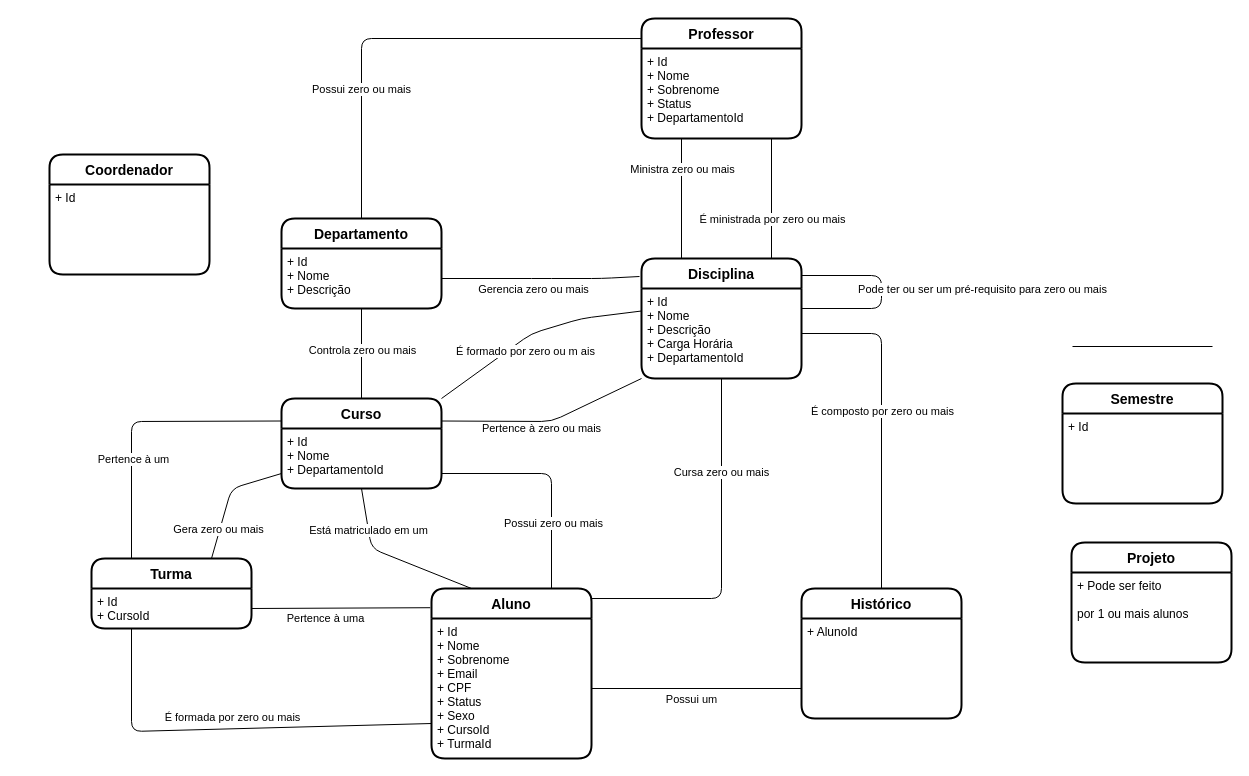
This is Docs/Database/Diagramas.drawio from lucasteles/Bergle, a draw.io file, before an edit. Source tidied: cells renumbered, new cells numbered last; positions are measured from the earlier drawing's top-left corner, leaving out a move shared by most shapes. Both pictures are drawn from the tidied source at 100%, with x=0, y=0 at pixel (49, 18).
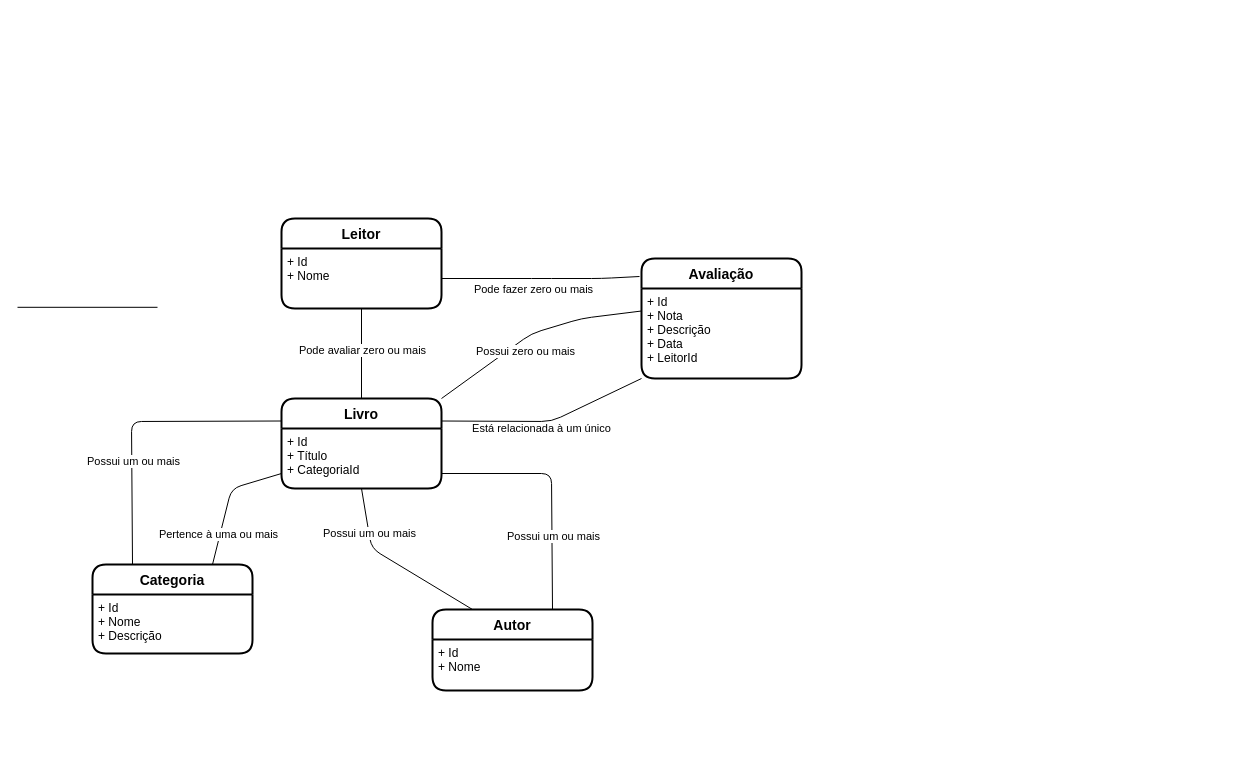
The same diagram, later.

Unchanged cells that the change refers to:
```xml
<mxCell id="22" style="endArrow=none;html=1;rounded=1;flowAnimation=1;exitX=1;exitY=0.5;exitDx=0;exitDy=0;orthogonal=0;" parent="1" edge="1" source="5">
  <mxGeometry relative="1" as="geometry">
    <mxPoint x="590" y="258" as="targetPoint" />
    <Array as="points">
      <mxPoint x="492" y="260" />
      <mxPoint x="552" y="260" />
    </Array>
  </mxGeometry>
</mxCell>
<mxCell id="26" style="endArrow=none;html=1;rounded=1;flowAnimation=1;exitX=0;exitY=1;exitDx=0;exitDy=0;entryX=1;entryY=0.25;entryDx=0;entryDy=0;" parent="1" edge="1" source="7" target="8">
  <mxGeometry relative="1" as="geometry">
    <Array as="points">
      <mxPoint x="502" y="403" />
    </Array>
  </mxGeometry>
</mxCell>
<mxCell id="28" style="endArrow=none;html=1;rounded=0;flowAnimation=1;entryX=0.5;entryY=0;entryDx=0;entryDy=0;exitX=0.5;exitY=1;exitDx=0;exitDy=0;" parent="1" edge="1" source="5" target="8">
  <mxGeometry relative="1" as="geometry" />
</mxCell>
<mxCell id="32" style="endArrow=none;html=1;rounded=1;flowAnimation=1;exitX=1;exitY=0;exitDx=0;exitDy=0;orthogonal=0;entryX=0;entryY=0.25;entryDx=0;entryDy=0;" parent="1" edge="1" source="8" target="7">
  <mxGeometry relative="1" as="geometry">
    <Array as="points">
      <mxPoint x="482" y="315" />
      <mxPoint x="532" y="300" />
    </Array>
  </mxGeometry>
</mxCell>
<mxCell id="38" style="endArrow=none;html=1;rounded=1;flowAnimation=1;exitX=0;exitY=0.75;exitDx=0;exitDy=0;entryX=0.75;entryY=0;entryDx=0;entryDy=0;" parent="1" edge="1" source="9" target="12">
  <mxGeometry relative="1" as="geometry">
    <Array as="points">
      <mxPoint x="182" y="470" />
    </Array>
  </mxGeometry>
</mxCell>
<mxCell id="40" style="endArrow=none;html=1;rounded=1;flowAnimation=1;entryX=0;entryY=0.25;entryDx=0;entryDy=0;exitX=0.25;exitY=0;exitDx=0;exitDy=0;" parent="1" edge="1" source="12" target="8">
  <mxGeometry relative="1" as="geometry">
    <Array as="points">
      <mxPoint x="82" y="403" />
    </Array>
  </mxGeometry>
</mxCell>
<mxCell id="42" style="endArrow=none;html=1;rounded=1;flowAnimation=1;entryX=0.5;entryY=1;entryDx=0;entryDy=0;exitX=0.25;exitY=0;exitDx=0;exitDy=0;" parent="1" edge="1" source="10" target="9">
  <mxGeometry relative="1" as="geometry">
    <Array as="points">
      <mxPoint x="322" y="530" />
    </Array>
  </mxGeometry>
</mxCell>
<mxCell id="44" style="endArrow=none;html=1;rounded=1;flowAnimation=1;exitX=1;exitY=0.75;exitDx=0;exitDy=0;entryX=0.75;entryY=0;entryDx=0;entryDy=0;" parent="1" edge="1" source="9" target="10">
  <mxGeometry relative="1" as="geometry">
    <Array as="points">
      <mxPoint x="502" y="455" />
    </Array>
  </mxGeometry>
</mxCell>
```

What changed in the source:
```diff
@@
-    <mxCell id="2" value="Professor" style="swimlane;horizontal=1;startSize=30;rounded=1;fontSize=14;fontStyle=1;strokeWidth=2;shadow=0;dashed=0;align=center;" parent="1" vertex="1">
-      <mxGeometry x="592" width="160" height="120" as="geometry" />
-    </mxCell>
-    <mxCell id="3" value="+ Id&#10;+ Nome&#10;+ Sobrenome&#10;+ Status&#10;+ DepartamentoId" style="align=left;strokeColor=none;fillColor=none;spacingLeft=4;fontSize=12;verticalAlign=top;" parent="2" vertex="1">
-      <mxGeometry y="30" width="160" height="90" as="geometry" />
-    </mxCell>
-    <mxCell id="4" value="Departamento" style="swimlane;horizontal=1;startSize=30;rounded=1;fontSize=14;fontStyle=1;strokeWidth=2;shadow=0;dashed=0;align=center;" parent="1" vertex="1">
+    <mxCell id="4" value="Leitor" style="swimlane;horizontal=1;startSize=30;rounded=1;fontSize=14;fontStyle=1;strokeWidth=2;shadow=0;dashed=0;align=center;" parent="1" vertex="1">
       <mxGeometry x="232" y="200" width="160" height="90" as="geometry" />
     </mxCell>
-    <mxCell id="5" value="+ Id&#10;+ Nome&#10;+ Descrição" style="align=left;strokeColor=none;fillColor=none;spacingLeft=4;fontSize=12;verticalAlign=top;" parent="4" vertex="1">
+    <mxCell id="5" value="+ Id&#10;+ Nome" style="align=left;strokeColor=none;fillColor=none;spacingLeft=4;fontSize=12;verticalAlign=top;" parent="4" vertex="1">
       <mxGeometry y="30" width="160" height="60" as="geometry" />
     </mxCell>
-    <mxCell id="6" value="Disciplina" style="swimlane;horizontal=1;startSize=30;rounded=1;fontSize=14;fontStyle=1;strokeWidth=2;shadow=0;dashed=0;align=center;" parent="1" vertex="1">
+    <mxCell id="6" value="Avaliação" style="swimlane;horizontal=1;startSize=30;rounded=1;fontSize=14;fontStyle=1;strokeWidth=2;shadow=0;dashed=0;align=center;" parent="1" vertex="1">
       <mxGeometry x="592" y="240" width="160" height="120" as="geometry" />
     </mxCell>
-    <mxCell id="7" value="+ Id&#10;+ Nome&#10;+ Descrição&#10;+ Carga Horária&#10;+ DepartamentoId&#10;" style="align=left;strokeColor=none;fillColor=none;spacingLeft=4;fontSize=12;verticalAlign=top;" parent="6" vertex="1">
+    <mxCell id="7" value="+ Id&#10;+ Nota&#10;+ Descrição&#10;+ Data&#10;+ LeitorId&#10;" style="align=left;strokeColor=none;fillColor=none;spacingLeft=4;fontSize=12;verticalAlign=top;" parent="6" vertex="1">
       <mxGeometry y="30" width="160" height="90" as="geometry" />
     </mxCell>
-    <mxCell id="8" value="Curso" style="swimlane;horizontal=1;startSize=30;rounded=1;fontSize=14;fontStyle=1;strokeWidth=2;shadow=0;dashed=0;align=center;" parent="1" vertex="1">
+    <mxCell id="8" value="Livro" style="swimlane;horizontal=1;startSize=30;rounded=1;fontSize=14;fontStyle=1;strokeWidth=2;shadow=0;dashed=0;align=center;" parent="1" vertex="1">
       <mxGeometry x="232" y="380" width="160" height="90" as="geometry" />
     </mxCell>
-    <mxCell id="9" value="+ Id&#10;+ Nome&#10;+ DepartamentoId&#10;" style="align=left;strokeColor=none;fillColor=none;spacingLeft=4;fontSize=12;verticalAlign=top;" parent="8" vertex="1">
+    <mxCell id="9" value="+ Id&#10;+ Título&#10;+ CategoriaId&#10;" style="align=left;strokeColor=none;fillColor=none;spacingLeft=4;fontSize=12;verticalAlign=top;" parent="8" vertex="1">
       <mxGeometry y="30" width="160" height="60" as="geometry" />
     </mxCell>
-    <mxCell id="10" value="Aluno" style="swimlane;horizontal=1;startSize=30;rounded=1;fontSize=14;fontStyle=1;strokeWidth=2;shadow=0;dashed=0;align=center;comic=0;" parent="1" vertex="1">
-      <mxGeometry x="382" y="570" width="160" height="170" as="geometry" />
+    <mxCell id="10" value="Autor" style="swimlane;horizontal=1;startSize=30;rounded=1;fontSize=14;fontStyle=1;strokeWidth=2;shadow=0;dashed=0;align=center;comic=0;" parent="1" vertex="1">
+      <mxGeometry x="383" y="591" width="160" height="81" as="geometry" />
     </mxCell>
-    <mxCell id="11" value="+ Id&#10;+ Nome&#10;+ Sobrenome&#10;+ Email&#10;+ CPF&#10;+ Status&#10;+ Sexo&#10;+ CursoId&#10;+ TurmaId&#10;" style="align=left;strokeColor=none;fillColor=none;spacingLeft=4;fontSize=12;verticalAlign=top;" parent="10" vertex="1">
-      <mxGeometry y="30" width="160" height="140" as="geometry" />
+    <mxCell id="11" value="+ Id&#10;+ Nome&#10;" style="align=left;strokeColor=none;fillColor=none;spacingLeft=4;fontSize=12;verticalAlign=top;" parent="10" vertex="1">
+      <mxGeometry y="30" width="160" height="51" as="geometry" />
     </mxCell>
-    <mxCell id="12" value="Turma" style="swimlane;horizontal=1;startSize=30;rounded=1;fontSize=14;fontStyle=1;strokeWidth=2;shadow=0;dashed=0;align=center;" parent="1" vertex="1">
-      <mxGeometry x="42" y="540" width="160" height="70" as="geometry" />
+    <mxCell id="12" value="Categoria" style="swimlane;horizontal=1;startSize=30;rounded=1;fontSize=14;fontStyle=1;strokeWidth=2;shadow=0;dashed=0;align=center;" parent="1" vertex="1">
+      <mxGeometry x="43" y="546" width="160" height="89" as="geometry" />
     </mxCell>
-    <mxCell id="13" value="+ Id&#10;+ CursoId" style="align=left;strokeColor=none;fillColor=none;spacingLeft=4;fontSize=12;verticalAlign=top;" parent="12" vertex="1">
-      <mxGeometry y="30" width="160" height="40" as="geometry" />
+    <mxCell id="13" value="+ Id&#10;+ Nome&#10;+ Descrição" style="align=left;strokeColor=none;fillColor=none;spacingLeft=4;fontSize=12;verticalAlign=top;" parent="12" vertex="1">
+      <mxGeometry y="30" width="160" height="59" as="geometry" />
     </mxCell>
-    <mxCell id="14" value="Semestre" style="swimlane;horizontal=1;startSize=30;rounded=1;fontSize=14;fontStyle=1;strokeWidth=2;shadow=0;dashed=0;align=center;" parent="1" vertex="1">
-      <mxGeometry x="1013" y="365" width="160" height="120" as="geometry" />
-    </mxCell>
-    <mxCell id="15" value="+ Id&#10;" style="align=left;strokeColor=none;fillColor=none;spacingLeft=4;fontSize=12;verticalAlign=top;" parent="14" vertex="1">
-      <mxGeometry y="30" width="160" height="90" as="geometry" />
-    </mxCell>
-    <mxCell id="16" value="Histórico" style="swimlane;horizontal=1;startSize=30;rounded=1;fontSize=14;fontStyle=1;strokeWidth=2;shadow=0;dashed=0;align=center;" parent="1" vertex="1">
-      <mxGeometry x="752" y="570" width="160" height="130" as="geometry" />
-    </mxCell>
-    <mxCell id="17" value="+ AlunoId" style="align=left;strokeColor=none;fillColor=none;spacingLeft=4;fontSize=12;verticalAlign=top;" parent="16" vertex="1">
-      <mxGeometry y="30" width="160" height="100" as="geometry" />
-    </mxCell>
-    <mxCell id="18" value="Projeto" style="swimlane;horizontal=1;startSize=30;rounded=1;fontSize=14;fontStyle=1;strokeWidth=2;shadow=0;dashed=0;align=center;" parent="1" vertex="1">
-      <mxGeometry x="1022" y="524" width="160" height="120" as="geometry" />
-    </mxCell>
-    <mxCell id="19" value="+ Pode ser feito &#10;&#10;por 1 ou mais alunos" style="align=left;strokeColor=none;fillColor=none;spacingLeft=4;fontSize=12;verticalAlign=top;" parent="18" vertex="1">
-      <mxGeometry y="30" width="160" height="90" as="geometry" />
-    </mxCell>
-    <mxCell id="20" style="endArrow=none;html=1;rounded=1;exitX=0.5;exitY=0;exitDx=0;exitDy=0;entryX=-0.002;entryY=0.167;entryDx=0;entryDy=0;flowAnimation=1;comic=0;noJump=0;entryPerimeter=0;" parent="1" edge="1" source="4" target="2">
-      <mxGeometry relative="1" as="geometry">
-        <Array as="points">
-          <mxPoint x="312" y="20" />
-        </Array>
-      </mxGeometry>
-    </mxCell>
-    <mxCell id="21" value="Possui zero ou mais" style="edgeLabel;html=1;align=center;verticalAlign=middle;" parent="20" vertex="1">
-      <mxGeometry x="0.4" y="-1" relative="1" as="geometry">
-        <mxPoint x="-142" y="49" as="offset" />
-      </mxGeometry>
-    </mxCell>
@@
-    <mxCell id="23" value="Gerencia zero ou mais" style="edgeLabel;html=1;align=center;verticalAlign=middle;" parent="22" vertex="1">
+    <mxCell id="23" value="Pode fazer zero ou mais" style="edgeLabel;html=1;align=center;verticalAlign=middle;" parent="22" vertex="1">
       <mxGeometry x="-0.12" relative="1" as="geometry">
         <mxPoint x="4" y="10" as="offset" />
       </mxGeometry>
     </mxCell>
-    <mxCell id="24" style="endArrow=none;html=1;rounded=1;flowAnimation=1;exitX=0.25;exitY=1;exitDx=0;exitDy=0;entryX=0.25;entryY=0;entryDx=0;entryDy=0;" parent="1" edge="1" source="3" target="6">
-      <mxGeometry relative="1" as="geometry" />
-    </mxCell>
-    <mxCell id="25" value="Ministra zero ou mais" style="edgeLabel;html=1;align=center;verticalAlign=middle;" parent="24" vertex="1">
-      <mxGeometry x="-0.15" relative="1" as="geometry">
-        <mxPoint y="-21" as="offset" />
-      </mxGeometry>
-    </mxCell>
@@
-    <mxCell id="27" value="Pertence à zero ou mais" style="edgeLabel;html=1;align=center;verticalAlign=middle;" parent="26" vertex="1">
+    <mxCell id="27" value="Está relacionada à um único" style="edgeLabel;html=1;align=center;verticalAlign=middle;" parent="26" vertex="1">
       <mxGeometry x="0.15" y="1" relative="1" as="geometry">
         <mxPoint x="11" y="6" as="offset" />
       </mxGeometry>
     </mxCell>
@@
-    <mxCell id="29" value="Controla zero ou mais" style="edgeLabel;html=1;align=center;verticalAlign=middle;" parent="28" vertex="1">
+    <mxCell id="29" value="Pode avaliar zero ou mais" style="edgeLabel;html=1;align=center;verticalAlign=middle;" parent="28" vertex="1">
       <mxGeometry x="-0.52" relative="1" as="geometry">
         <mxPoint y="19" as="offset" />
       </mxGeometry>
     </mxCell>
-    <mxCell id="30" style="endArrow=none;html=1;rounded=1;flowAnimation=1;exitX=0.25;exitY=1;exitDx=0;exitDy=0;entryX=0.25;entryY=0;entryDx=0;entryDy=0;" parent="1" edge="1">
-      <mxGeometry relative="1" as="geometry">
-        <mxPoint x="722" y="240" as="sourcePoint" />
-        <mxPoint x="722" y="120" as="targetPoint" />
-      </mxGeometry>
-    </mxCell>
-    <mxCell id="31" value="É ministrada por zero ou mais" style="edgeLabel;html=1;align=center;verticalAlign=middle;" parent="30" vertex="1">
-      <mxGeometry x="-0.15" relative="1" as="geometry">
-        <mxPoint y="11" as="offset" />
-      </mxGeometry>
-    </mxCell>
@@
-    <mxCell id="33" value="É formado por zero ou m ais" style="edgeLabel;html=1;align=center;verticalAlign=middle;" parent="32" vertex="1">
+    <mxCell id="33" value="Possui zero ou mais" style="edgeLabel;html=1;align=center;verticalAlign=middle;" parent="32" vertex="1">
       <mxGeometry x="-0.12" relative="1" as="geometry">
         <mxPoint x="4" y="10" as="offset" />
       </mxGeometry>
     </mxCell>
-    <mxCell id="34" style="endArrow=none;html=1;rounded=1;flowAnimation=1;exitX=1;exitY=0.5;exitDx=0;exitDy=0;" parent="1" edge="1" source="11">
-      <mxGeometry relative="1" as="geometry">
-        <mxPoint x="752" y="670" as="targetPoint" />
-      </mxGeometry>
-    </mxCell>
-    <mxCell id="35" value="Possui um" style="edgeLabel;html=1;align=center;verticalAlign=middle;" parent="34" vertex="1">
-      <mxGeometry x="-0.14" relative="1" as="geometry">
-        <mxPoint x="9" y="10" as="offset" />
-      </mxGeometry>
-    </mxCell>
-    <mxCell id="36" style="endArrow=none;html=1;rounded=1;flowAnimation=1;exitX=1;exitY=0.059;exitDx=0;exitDy=0;exitPerimeter=0;entryX=0.5;entryY=1;entryDx=0;entryDy=0;" parent="1" edge="1" source="10" target="7">
-      <mxGeometry relative="1" as="geometry">
-        <Array as="points">
-          <mxPoint x="672" y="580" />
-        </Array>
-      </mxGeometry>
-    </mxCell>
-    <mxCell id="37" value="Cursa zero ou mais" style="edgeLabel;html=1;align=center;verticalAlign=middle;" parent="36" vertex="1">
-      <mxGeometry x="0.47" y="1" relative="1" as="geometry" />
-    </mxCell>
@@
-    <mxCell id="39" value="Gera zero ou mais" style="edgeLabel;html=1;align=center;verticalAlign=middle;" parent="38" vertex="1">
+    <mxCell id="39" value="Pertence à uma ou mais" style="edgeLabel;html=1;align=center;verticalAlign=middle;" parent="38" vertex="1">
       <mxGeometry x="0.7" y="1" relative="1" as="geometry">
         <mxPoint y="-12" as="offset" />
       </mxGeometry>
     </mxCell>
@@
-    <mxCell id="41" value="Pertence à um" style="edgeLabel;html=1;align=center;verticalAlign=middle;" parent="40" vertex="1">
+    <mxCell id="41" value="Possui um ou mais" style="edgeLabel;html=1;align=center;verticalAlign=middle;" parent="40" vertex="1">
       <mxGeometry x="-0.21" y="-1" relative="1" as="geometry">
         <mxPoint y="13" as="offset" />
       </mxGeometry>
     </mxCell>
@@
-    <mxCell id="43" value="Está matriculado em um" style="edgeLabel;html=1;align=center;verticalAlign=middle;" parent="42" vertex="1">
+    <mxCell id="43" value="Possui um ou mais" style="edgeLabel;html=1;align=center;verticalAlign=middle;" parent="42" vertex="1">
       <mxGeometry x="0.5" relative="1" as="geometry" />
     </mxCell>
@@
-    <mxCell id="45" value="Possui zero ou mais" style="edgeLabel;html=1;align=center;verticalAlign=middle;" parent="44" vertex="1">
+    <mxCell id="45" value="Possui um ou mais" style="edgeLabel;html=1;align=center;verticalAlign=middle;" parent="44" vertex="1">
       <mxGeometry x="0.41" y="1" relative="1" as="geometry" />
     </mxCell>
-    <mxCell id="46" style="endArrow=none;html=1;rounded=1;flowAnimation=1;exitX=-0.008;exitY=0.113;exitDx=0;exitDy=0;exitPerimeter=0;entryX=1;entryY=0.5;entryDx=0;entryDy=0;" parent="1" edge="1" source="10" target="13">
-      <mxGeometry relative="1" as="geometry" />
-    </mxCell>
-    <mxCell id="47" value="Pertence à uma" style="edgeLabel;html=1;align=center;verticalAlign=middle;" parent="46" vertex="1">
-      <mxGeometry x="0.18" relative="1" as="geometry">
-        <mxPoint y="10" as="offset" />
-      </mxGeometry>
-    </mxCell>
-    <mxCell id="48" style="endArrow=none;html=1;rounded=1;flowAnimation=1;entryX=0;entryY=0.75;entryDx=0;entryDy=0;exitX=0.25;exitY=1;exitDx=0;exitDy=0;startArrow=none;startFill=0;endFill=0;" parent="1" edge="1" source="13" target="11">
-      <mxGeometry relative="1" as="geometry">
-        <Array as="points">
-          <mxPoint x="82" y="713" />
-        </Array>
-      </mxGeometry>
-    </mxCell>
-    <mxCell id="49" value="É formada por zero ou mais" style="edgeLabel;html=1;align=center;verticalAlign=middle;" parent="48" vertex="1">
-      <mxGeometry x="-0.23" relative="1" as="geometry">
-        <mxPoint x="49" y="-13" as="offset" />
-      </mxGeometry>
-    </mxCell>
-    <mxCell id="50" style="endArrow=none;html=1;rounded=1;flowAnimation=1;exitX=0.5;exitY=0;exitDx=0;exitDy=0;entryX=1;entryY=0.5;entryDx=0;entryDy=0;" parent="1" edge="1" source="16" target="7">
-      <mxGeometry relative="1" as="geometry">
-        <Array as="points">
-          <mxPoint x="832" y="315" />
-        </Array>
-      </mxGeometry>
-    </mxCell>
-    <mxCell id="51" value="É composto por zero ou mais" style="edgeLabel;html=1;align=center;verticalAlign=middle;" parent="50" vertex="1">
-      <mxGeometry x="0.06" relative="1" as="geometry" />
-    </mxCell>
     <mxCell id="52" style="endArrow=none;html=1;rounded=1;flowAnimation=1;" parent="1" edge="1">
       <mxGeometry relative="1" as="geometry">
-        <mxPoint x="1023" y="328" as="sourcePoint" />
-        <mxPoint x="1163" y="328" as="targetPoint" />
+        <mxPoint x="-32" y="288.8" as="sourcePoint" />
+        <mxPoint x="108" y="288.8" as="targetPoint" />
       </mxGeometry>
     </mxCell>
-    <mxCell id="53" style="endArrow=none;html=1;rounded=1;flowAnimation=1;exitX=1;exitY=0.167;exitDx=0;exitDy=0;exitPerimeter=0;" parent="1" edge="1">
-      <mxGeometry relative="1" as="geometry">
-        <mxPoint x="752" y="257" as="sourcePoint" />
-        <mxPoint x="752" y="290" as="targetPoint" />
-        <Array as="points">
-          <mxPoint x="832" y="257" />
-          <mxPoint x="832" y="290" />
-        </Array>
-      </mxGeometry>
-    </mxCell>
-    <mxCell id="54" value="Pode ter ou ser um pré-requisito para zero ou mais" style="edgeLabel;html=1;align=center;verticalAlign=middle;" parent="53" vertex="1">
-      <mxGeometry x="-0.71" y="1" relative="1" as="geometry">
-        <mxPoint x="152" y="14" as="offset" />
-      </mxGeometry>
-    </mxCell>
-    <mxCell id="55" value="Coordenador" style="swimlane;horizontal=1;startSize=30;rounded=1;fontSize=14;fontStyle=1;strokeWidth=2;shadow=0;dashed=0;align=center;" parent="1" vertex="1">
-      <mxGeometry y="136" width="160" height="120" as="geometry" />
-    </mxCell>
-    <mxCell id="56" value="+ Id&#10;" style="align=left;strokeColor=none;fillColor=none;spacingLeft=4;fontSize=12;verticalAlign=top;" parent="55" vertex="1">
-      <mxGeometry y="30" width="160" height="90" as="geometry" />
-    </mxCell>
```
